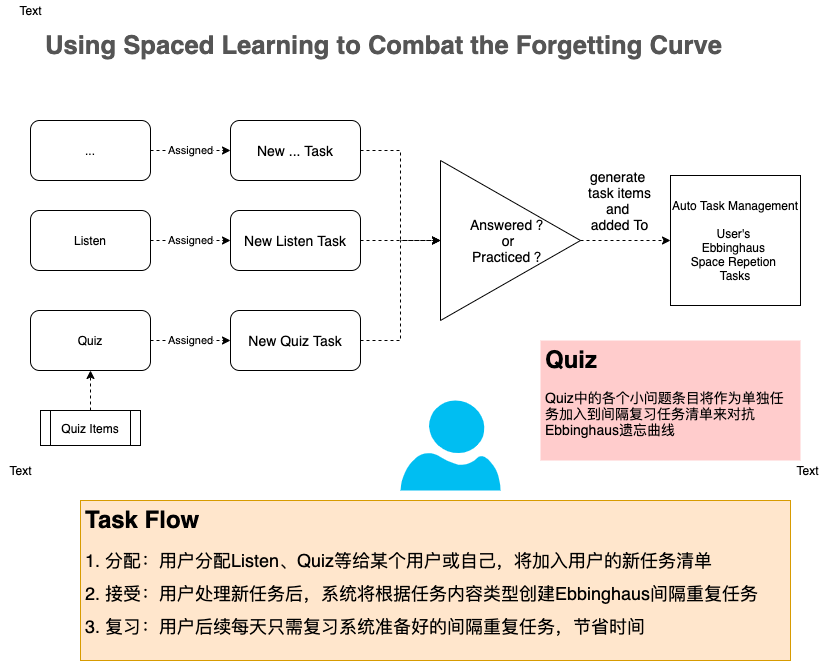
Before: document/TaskFlowDiagram.png, a diagram exported from draw.io (moreadgroup/moread-cloud-data). Source tidied: cells renumbered, new cells last; positions are measured from the earlier drawing's top-left corner, leaving out a move shared by most shapes.
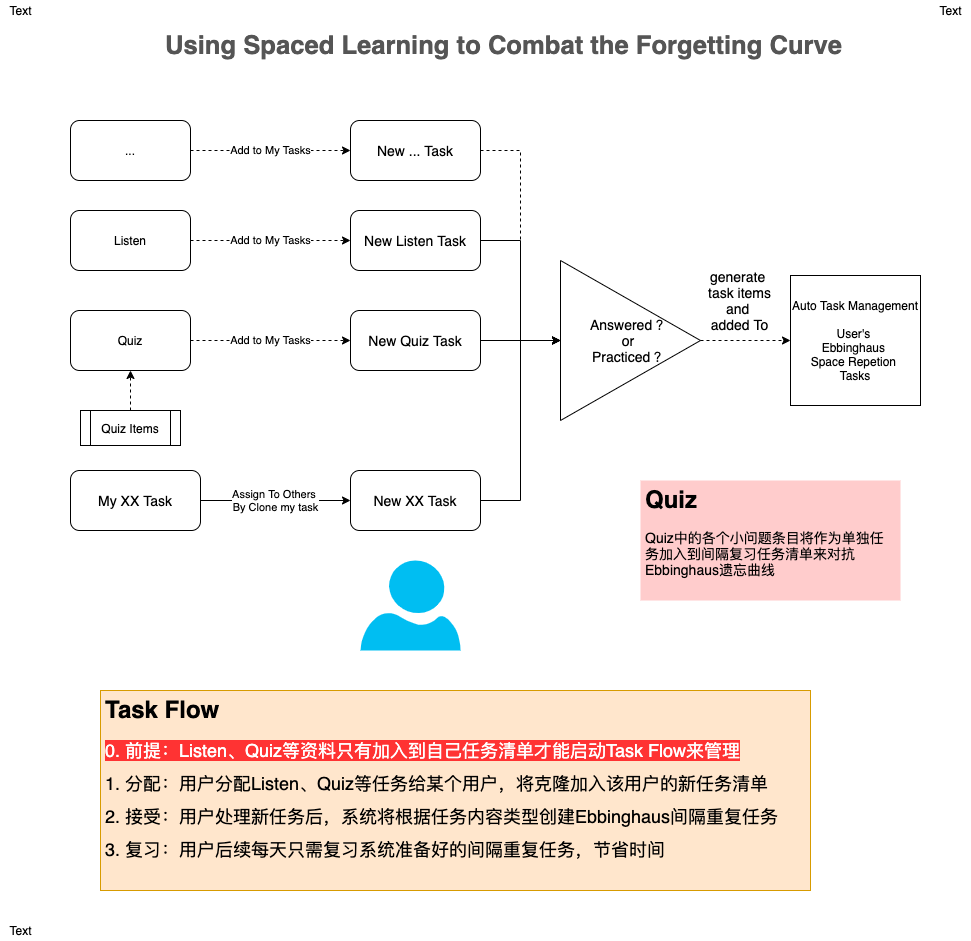
Above is the later version.

The edit, as a diff of the source:
```diff
@@ -2,23 +2,23 @@
   <root>
     <mxCell id="0" />
     <mxCell id="1" parent="0" />
-    <mxCell id="2" value="Assigned" style="edgeStyle=orthogonalEdgeStyle;rounded=0;jettySize=auto;html=1;dashed=1;" parent="1" edge="1" source="3" target="9">
+    <mxCell id="2" value="Add to My Tasks" style="edgeStyle=orthogonalEdgeStyle;rounded=0;jettySize=auto;html=1;dashed=1;" parent="1" edge="1" source="3" target="9">
       <mxGeometry relative="1" as="geometry" />
     </mxCell>
     <mxCell id="3" value="..." style="rounded=1;whiteSpace=wrap;html=1;" parent="1" vertex="1">
-      <mxGeometry x="30" y="120" width="120" height="60" as="geometry" />
+      <mxGeometry x="-50" y="120" width="120" height="60" as="geometry" />
     </mxCell>
-    <mxCell id="4" value="Assigned" style="edgeStyle=orthogonalEdgeStyle;rounded=0;jettySize=auto;html=1;entryX=0;entryY=0.5;entryDx=0;entryDy=0;dashed=1;" parent="1" edge="1" source="5" target="18">
+    <mxCell id="4" value="Add to My Tasks" style="edgeStyle=orthogonalEdgeStyle;rounded=0;jettySize=auto;html=1;entryX=0;entryY=0.5;entryDx=0;entryDy=0;dashed=1;" parent="1" edge="1" source="5" target="18">
       <mxGeometry relative="1" as="geometry" />
     </mxCell>
     <mxCell id="5" value="Listen" style="rounded=1;whiteSpace=wrap;html=1;" parent="1" vertex="1">
-      <mxGeometry x="30" y="210" width="120" height="60" as="geometry" />
+      <mxGeometry x="-50" y="210" width="120" height="60" as="geometry" />
     </mxCell>
-    <mxCell id="6" value="Assigned" style="edgeStyle=orthogonalEdgeStyle;rounded=0;jettySize=auto;html=1;entryX=0;entryY=0.5;entryDx=0;entryDy=0;dashed=1;" parent="1" edge="1" source="7" target="20">
+    <mxCell id="6" value="Add to My Tasks" style="edgeStyle=orthogonalEdgeStyle;rounded=0;jettySize=auto;html=1;entryX=0;entryY=0.5;entryDx=0;entryDy=0;dashed=1;" parent="1" edge="1" source="7" target="20">
       <mxGeometry relative="1" as="geometry" />
     </mxCell>
     <mxCell id="7" value="Quiz" style="rounded=1;whiteSpace=wrap;html=1;" parent="1" vertex="1">
-      <mxGeometry x="30" y="310" width="120" height="60" as="geometry" />
+      <mxGeometry x="-50" y="310" width="120" height="60" as="geometry" />
     </mxCell>
     <mxCell id="8" style="edgeStyle=orthogonalEdgeStyle;rounded=0;jettySize=auto;html=1;entryX=0;entryY=0.5;entryDx=0;entryDy=0;dashed=1;" parent="1" edge="1" source="9" target="21">
       <mxGeometry relative="1" as="geometry" />
@@ -27,48 +27,42 @@
       <mxGeometry x="230" y="120" width="130" height="60" as="geometry" />
     </mxCell>
     <mxCell id="10" value="Auto Task Management&lt;br&gt;&lt;br&gt;User's &lt;br&gt;Ebbinghaus &lt;br&gt;Space Repetion &lt;br&gt;Tasks" style="whiteSpace=wrap;html=1;" parent="1" vertex="1">
-      <mxGeometry x="670" y="175" width="130" height="130" as="geometry" />
+      <mxGeometry x="670" y="275" width="130" height="130" as="geometry" />
     </mxCell>
     <mxCell id="11" value="&lt;h2 class=&quot;text-left&quot; style=&quot;box-sizing: border-box ; font-size: 1.6rem ; margin-top: 0px ; margin-bottom: 0.5rem ; line-height: 1.2 ; color: rgb(85 , 85 , 85) ; font-family: &amp;#34;montserrat&amp;#34; , sans-serif ; background-color: rgb(255 , 255 , 255)&quot;&gt;Using Spaced Learning to Combat the Forgetting Curve&lt;/h2&gt;" style="text;html=1;strokeColor=none;fillColor=none;spacing=5;spacingTop=-20;whiteSpace=wrap;overflow=hidden;rounded=0;" parent="1" vertex="1">
       <mxGeometry x="40" y="40" width="730" height="50" as="geometry" />
     </mxCell>
     <mxCell id="12" style="verticalLabelPosition=bottom;html=1;verticalAlign=top;align=center;strokeColor=none;fillColor=#00BEF2;shape=mxgraph.azure.user;" parent="1" vertex="1">
-      <mxGeometry x="400" y="400" width="100" height="90" as="geometry" />
+      <mxGeometry x="240" y="560" width="100" height="90" as="geometry" />
     </mxCell>
-    <mxCell id="13" value="&lt;h1&gt;Task Flow&lt;/h1&gt;&lt;p&gt;&lt;font style=&quot;font-size: 18px&quot;&gt;1. 分配：用户分配Listen、Quiz等给某个用户或自己，将加入用户的新任务清单&lt;/font&gt;&lt;/p&gt;&lt;p&gt;&lt;font style=&quot;font-size: 18px&quot;&gt;2. 接受：用户处理新任务后，系统将根据任务内容类型创建Ebbinghaus间隔重复任务&lt;/font&gt;&lt;/p&gt;&lt;p&gt;&lt;font style=&quot;font-size: 18px&quot;&gt;3. 复习：用户后续每天只需复习系统准备好的间隔重复任务，节省时间&lt;/font&gt;&lt;/p&gt;" style="text;html=1;strokeColor=#d79b00;fillColor=#ffe6cc;spacing=5;spacingTop=-20;whiteSpace=wrap;overflow=hidden;rounded=0;" parent="1" vertex="1">
-      <mxGeometry x="80" y="500" width="710" height="160" as="geometry" />
+    <mxCell id="13" value="&lt;h1&gt;Task Flow&lt;/h1&gt;&lt;p&gt;&lt;font style=&quot;font-size: 18px ; background-color: rgb(255 , 51 , 51)&quot; color=&quot;#ffffff&quot;&gt;0. 前提：Listen、Quiz等资料只有加入到自己任务清单才能启动Task Flow来管理&lt;/font&gt;&lt;/p&gt;&lt;p&gt;&lt;font style=&quot;font-size: 18px&quot;&gt;1. 分配：用户分配Listen、Quiz等任务给某个用户，将克隆加入该用户的新任务清单&lt;/font&gt;&lt;/p&gt;&lt;p&gt;&lt;font style=&quot;font-size: 18px&quot;&gt;2. 接受：用户处理新任务后，系统将根据任务内容类型创建Ebbinghaus间隔重复任务&lt;/font&gt;&lt;/p&gt;&lt;p&gt;&lt;font style=&quot;font-size: 18px&quot;&gt;3. 复习：用户后续每天只需复习系统准备好的间隔重复任务，节省时间&lt;/font&gt;&lt;/p&gt;" style="text;html=1;strokeColor=#d79b00;fillColor=#ffe6cc;spacing=5;spacingTop=-20;whiteSpace=wrap;overflow=hidden;rounded=0;" parent="1" vertex="1">
+      <mxGeometry x="-20" y="690" width="710" height="200" as="geometry" />
     </mxCell>
     <mxCell id="14" value="Text" style="text;html=1;align=center;verticalAlign=middle;" parent="1" vertex="1">
-      <mxGeometry y="460" width="40" height="20" as="geometry" />
+      <mxGeometry x="-120" y="920" width="40" height="20" as="geometry" />
     </mxCell>
     <mxCell id="15" value="Text" style="text;html=1;align=center;verticalAlign=middle;" parent="1" vertex="1">
-      <mxGeometry x="787" y="460" width="40" height="20" as="geometry" />
+      <mxGeometry x="810" width="40" height="20" as="geometry" />
     </mxCell>
     <mxCell id="16" value="Text" style="text;html=1;align=center;verticalAlign=middle;" parent="1" vertex="1">
-      <mxGeometry x="10" width="40" height="20" as="geometry" />
+      <mxGeometry x="-120" width="40" height="20" as="geometry" />
     </mxCell>
-    <mxCell id="17" style="edgeStyle=orthogonalEdgeStyle;rounded=0;jettySize=auto;html=1;dashed=1;" parent="1" edge="1" source="18">
-      <mxGeometry relative="1" as="geometry">
-        <mxPoint x="440" y="240" as="targetPoint" />
-      </mxGeometry>
-    </mxCell>
+    <mxCell id="26" style="edgeStyle=orthogonalEdgeStyle;rounded=0;jettySize=auto;html=1;entryX=0;entryY=0.5;entryDx=0;entryDy=0;" parent="1" edge="1" source="18" target="21">
+      <mxGeometry relative="1" as="geometry" />
+    </mxCell>
     <mxCell id="18" value="&lt;font style=&quot;font-size: 14px&quot;&gt;New Listen Task&lt;/font&gt;" style="rounded=1;whiteSpace=wrap;html=1;" parent="1" vertex="1">
       <mxGeometry x="230" y="210" width="130" height="60" as="geometry" />
     </mxCell>
-    <mxCell id="19" style="edgeStyle=orthogonalEdgeStyle;rounded=0;jettySize=auto;html=1;dashed=1;" parent="1" edge="1" source="20">
-      <mxGeometry relative="1" as="geometry">
-        <mxPoint x="440" y="240" as="targetPoint" />
-        <Array as="points">
-          <mxPoint x="400" y="340" />
-          <mxPoint x="400" y="240" />
-        </Array>
-      </mxGeometry>
-    </mxCell>
+    <mxCell id="27" style="edgeStyle=orthogonalEdgeStyle;rounded=0;jettySize=auto;html=1;" parent="1" edge="1" source="20">
+      <mxGeometry relative="1" as="geometry">
+        <mxPoint x="440" y="340" as="targetPoint" />
+      </mxGeometry>
+    </mxCell>
     <mxCell id="20" value="&lt;font style=&quot;font-size: 14px&quot;&gt;New Quiz Task&lt;/font&gt;" style="rounded=1;whiteSpace=wrap;html=1;" parent="1" vertex="1">
       <mxGeometry x="230" y="310" width="130" height="60" as="geometry" />
     </mxCell>
     <mxCell id="21" value="&lt;font style=&quot;font-size: 14px&quot;&gt;Answered ？&lt;br&gt;or &lt;br&gt;Practiced ？&lt;/font&gt;" style="triangle;whiteSpace=wrap;html=1;align=center;" parent="1" vertex="1">
-      <mxGeometry x="440" y="160" width="140" height="160" as="geometry" />
+      <mxGeometry x="440" y="260" width="140" height="160" as="geometry" />
     </mxCell>
     <mxCell id="22" value="&lt;font style=&quot;font-size: 14px&quot;&gt;generate &lt;br&gt;task items&lt;br&gt;and &lt;br&gt;added To&lt;/font&gt;" style="edgeStyle=orthogonalEdgeStyle;rounded=0;jettySize=auto;html=1;dashed=1;" parent="1" edge="1" source="21" target="10">
       <mxGeometry x="-0.12" y="40" relative="1" as="geometry" />
@@ -77,10 +71,22 @@
       <mxGeometry relative="1" as="geometry" />
     </mxCell>
     <mxCell id="24" value="Quiz Items" style="shape=process;whiteSpace=wrap;html=1;backgroundOutline=1;" parent="1" vertex="1">
-      <mxGeometry x="40" y="410" width="100" height="35" as="geometry" />
+      <mxGeometry x="-40" y="410" width="100" height="35" as="geometry" />
     </mxCell>
     <mxCell id="25" value="&lt;h1&gt;Quiz&lt;/h1&gt;&lt;p&gt;&lt;font style=&quot;font-size: 14px&quot;&gt;Quiz中的各个小问题条目将作为单独任务加入到间隔复习任务清单来对抗Ebbinghaus遗忘曲线&lt;/font&gt;&lt;/p&gt;" style="text;html=1;strokeColor=none;fillColor=#FFCCCC;spacing=5;spacingTop=-20;whiteSpace=wrap;overflow=hidden;rounded=0;" parent="1" vertex="1">
-      <mxGeometry x="540" y="340" width="260" height="120" as="geometry" />
+      <mxGeometry x="520" y="480" width="260" height="120" as="geometry" />
     </mxCell>
+    <mxCell id="28" value="Assign To Others &lt;br&gt;By Clone my task" style="edgeStyle=orthogonalEdgeStyle;rounded=0;jettySize=auto;html=1;entryX=0;entryY=0.5;entryDx=0;entryDy=0;" parent="1" edge="1" source="29" target="31">
+      <mxGeometry relative="1" as="geometry" />
+    </mxCell>
+    <mxCell id="29" value="&lt;font style=&quot;font-size: 14px&quot;&gt;My XX Task&lt;/font&gt;" style="rounded=1;whiteSpace=wrap;html=1;" parent="1" vertex="1">
+      <mxGeometry x="-50" y="470" width="130" height="60" as="geometry" />
+    </mxCell>
+    <mxCell id="30" style="edgeStyle=orthogonalEdgeStyle;rounded=0;jettySize=auto;html=1;entryX=0;entryY=0.5;entryDx=0;entryDy=0;" parent="1" edge="1" source="31" target="21">
+      <mxGeometry relative="1" as="geometry" />
+    </mxCell>
+    <mxCell id="31" value="&lt;font style=&quot;font-size: 14px&quot;&gt;New XX Task&lt;/font&gt;" style="rounded=1;whiteSpace=wrap;html=1;" parent="1" vertex="1">
+      <mxGeometry x="230" y="470" width="130" height="60" as="geometry" />
+    </mxCell>
   </root>
 </mxGraphModel>
```
